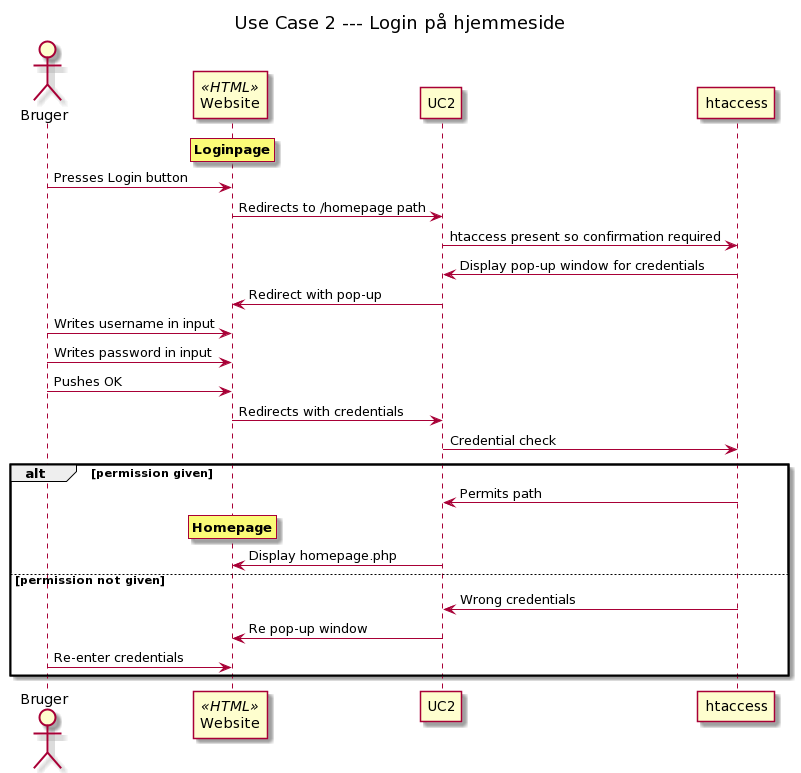
The PlantUML diagram Design/CC/KonceptuelSekvens/UseCase2/konceptSekvens_UC2.png in Solvgraa-mager/E4PRJ4, before a commit.
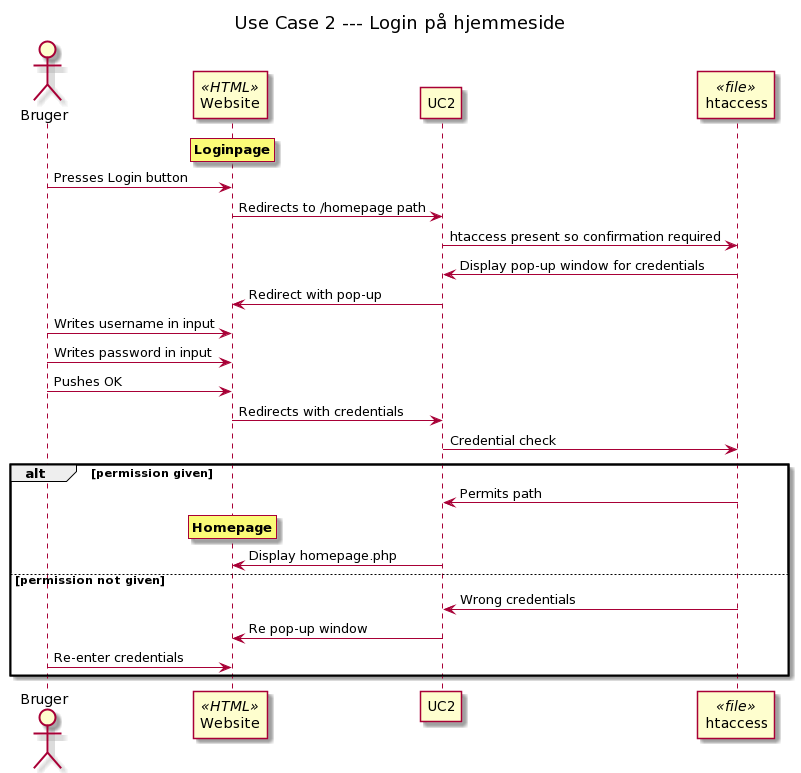
After the commit.

Commit message:
koncept class diagram update

Change to the diagram source:
```diff
@@ -4,7 +4,7 @@
 actor Bruger
 participant Website <<HTML>>
 participant UC2
-participant htaccess
+participant htaccess <<file>>
 
 rnote over Website
 **Loginpage**
```
